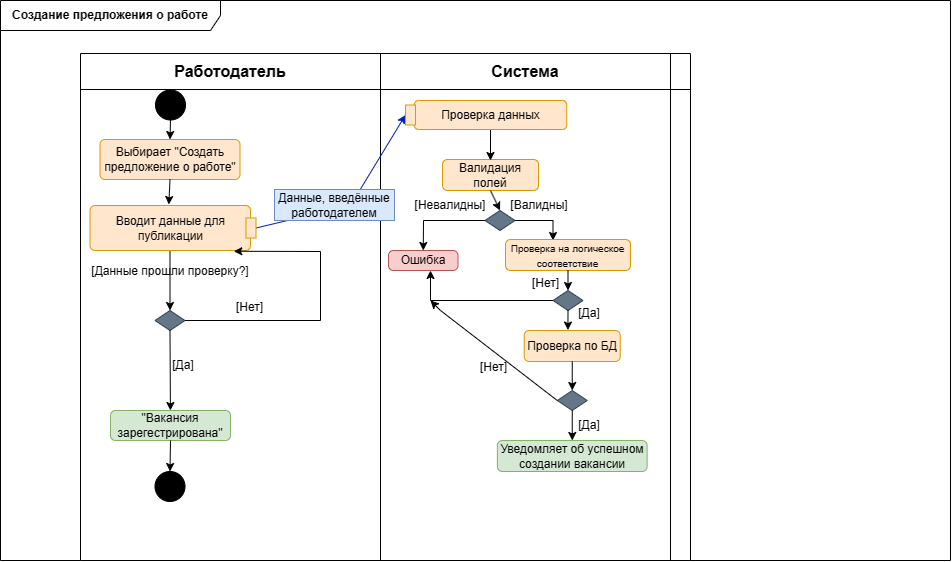
Reem-Almasri/Freelancer-SPM keeps this draw.io diagram as activity_diagrams/Vacancy_publishing.drawio.png. Above is the earlier version. Source tidied: cells renumbered, new cells last; positions are measured from the earlier drawing's top-left corner, leaving out a move shared by most shapes. Its diagram source:
```xml
<mxGraphModel>
  <root>
    <mxCell id="0" />
    <mxCell id="1" parent="0" />
    <mxCell id="2" value="&lt;b&gt;Создание предложения о работе&lt;br&gt;&lt;/b&gt;" style="shape=umlFrame;whiteSpace=wrap;html=1;width=220;height=30;" parent="1" vertex="1">
      <mxGeometry width="950" height="560" as="geometry" />
    </mxCell>
    <mxCell id="3" style="shape=table;startSize=0;fontSize=16;" parent="2" vertex="1">
      <mxGeometry x="80" y="53" width="610" height="507" as="geometry" />
    </mxCell>
    <mxCell id="4" style="shape=tableRow;horizontal=0;startSize=0;swimlaneHead=0;swimlaneBody=0;strokeColor=inherit;top=0;left=0;bottom=0;right=0;fillColor=none;fontSize=16;" parent="3" vertex="1">
      <mxGeometry width="610" height="36" as="geometry" />
    </mxCell>
    <mxCell id="5" value="&lt;b&gt;Работодатель&lt;/b&gt;" style="shape=partialRectangle;html=1;whiteSpace=wrap;strokeColor=inherit;overflow=hidden;fillColor=none;top=0;left=0;bottom=0;right=0;fontSize=16;" parent="4" vertex="1">
      <mxGeometry width="300" height="36" as="geometry" />
    </mxCell>
    <mxCell id="6" value="&lt;b&gt;Система&lt;/b&gt;" style="shape=partialRectangle;html=1;whiteSpace=wrap;strokeColor=inherit;overflow=hidden;fillColor=none;top=0;left=0;bottom=0;right=0;fontSize=16;" parent="4" vertex="1">
      <mxGeometry x="300" width="290" height="36" as="geometry" />
    </mxCell>
    <mxCell id="7" style="shape=partialRectangle;html=1;whiteSpace=wrap;strokeColor=inherit;overflow=hidden;fillColor=none;top=0;left=0;bottom=0;right=0;fontSize=16;" parent="4" vertex="1">
      <mxGeometry x="590" width="20" height="36" as="geometry" />
    </mxCell>
    <mxCell id="8" style="shape=tableRow;horizontal=0;startSize=0;swimlaneHead=0;swimlaneBody=0;strokeColor=inherit;top=0;left=0;bottom=0;right=0;fillColor=none;fontSize=16;" parent="3" vertex="1">
      <mxGeometry y="36" width="610" height="471" as="geometry" />
    </mxCell>
    <mxCell id="9" style="shape=partialRectangle;html=1;whiteSpace=wrap;strokeColor=inherit;overflow=hidden;fillColor=none;top=0;left=0;bottom=0;right=0;fontSize=16;" parent="8" vertex="1">
      <mxGeometry width="300" height="471" as="geometry" />
    </mxCell>
    <mxCell id="10" style="shape=partialRectangle;html=1;whiteSpace=wrap;strokeColor=inherit;overflow=hidden;fillColor=none;top=0;left=0;bottom=0;right=0;fontSize=16;" parent="8" vertex="1">
      <mxGeometry x="300" width="290" height="471" as="geometry" />
    </mxCell>
    <mxCell id="11" style="shape=partialRectangle;html=1;whiteSpace=wrap;strokeColor=inherit;overflow=hidden;fillColor=none;top=0;left=0;bottom=0;right=0;fontSize=16;" parent="8" vertex="1">
      <mxGeometry x="590" width="20" height="471" as="geometry" />
    </mxCell>
    <mxCell id="12" style="ellipse;fillColor=strokeColor;html=1;" parent="2" vertex="1">
      <mxGeometry x="155" y="89.5" width="30" height="30" as="geometry" />
    </mxCell>
    <mxCell id="13" value="Выбирает &quot;Создать предложение о работе&quot;" style="html=1;align=center;verticalAlign=middle;rounded=1;absoluteArcSize=1;arcSize=10;dashed=0;whiteSpace=wrap;fillColor=#ffe6cc;strokeColor=#d79b00;" parent="2" vertex="1">
      <mxGeometry x="99.5" y="139" width="140" height="40" as="geometry" />
    </mxCell>
    <mxCell id="14" style="endArrow=classic;html=1;rounded=0;exitX=0.5;exitY=1;exitDx=0;exitDy=0;" parent="2" edge="1" source="13">
      <mxGeometry relative="1" as="geometry">
        <mxPoint x="168.3" y="204" as="targetPoint" />
      </mxGeometry>
    </mxCell>
    <mxCell id="15" style="endArrow=classic;html=1;rounded=0;exitX=0.5;exitY=1;exitDx=0;exitDy=0;entryX=0.5;entryY=0;entryDx=0;entryDy=0;" parent="2" edge="1" source="12" target="13">
      <mxGeometry relative="1" as="geometry" />
    </mxCell>
    <mxCell id="16" style="edgeStyle=orthogonalEdgeStyle;rounded=0;jettySize=auto;html=1;entryX=0.5;entryY=0;entryDx=0;entryDy=0;" parent="2" edge="1" target="17">
      <mxGeometry relative="1" as="geometry">
        <mxPoint x="167.2" y="250" as="sourcePoint" />
        <Array as="points">
          <mxPoint x="169" y="250" />
        </Array>
      </mxGeometry>
    </mxCell>
    <mxCell id="17" style="rhombus;whiteSpace=wrap;html=1;fillColor=#647687;fontColor=#ffffff;strokeColor=#314354;" parent="2" vertex="1">
      <mxGeometry x="154.5" y="310" width="30" height="20" as="geometry" />
    </mxCell>
    <mxCell id="18" value="Вводит данные для публикации" style="html=1;align=center;verticalAlign=middle;rounded=1;absoluteArcSize=1;arcSize=10;dashed=0;whiteSpace=wrap;fillColor=#ffe6cc;strokeColor=#d79b00;" parent="2" vertex="1">
      <mxGeometry x="89.5" y="205" width="160.5" height="45" as="geometry" />
    </mxCell>
    <mxCell id="19" style="endArrow=classic;html=1;rounded=0;exitX=0.5;exitY=1;exitDx=0;exitDy=0;" parent="2" edge="1" source="17" target="23">
      <mxGeometry relative="1" as="geometry" />
    </mxCell>
    <mxCell id="20" style="endArrow=classic;html=1;rounded=0;exitX=1;exitY=0.5;exitDx=0;exitDy=0;entryX=0.896;entryY=1.017;entryDx=0;entryDy=0;entryPerimeter=0;" parent="2" edge="1" source="17" target="18">
      <mxGeometry relative="1" as="geometry">
        <Array as="points">
          <mxPoint x="320" y="320" />
          <mxPoint x="320" y="251" />
        </Array>
      </mxGeometry>
    </mxCell>
    <mxCell id="21" value="Валидация полей" style="html=1;align=center;verticalAlign=middle;rounded=1;absoluteArcSize=1;arcSize=10;dashed=0;whiteSpace=wrap;fillColor=#ffe6cc;strokeColor=#d79b00;" parent="2" vertex="1">
      <mxGeometry x="442" y="159" width="96" height="31" as="geometry" />
    </mxCell>
    <mxCell id="22" style="endArrow=classic;html=1;rounded=0;exitX=0.5;exitY=1;exitDx=0;exitDy=0;" parent="2" edge="1" source="28">
      <mxGeometry relative="1" as="geometry">
        <mxPoint x="490" y="160" as="targetPoint" />
      </mxGeometry>
    </mxCell>
    <mxCell id="23" value="&quot;Вакансия зарегестрирована&quot;" style="html=1;align=center;verticalAlign=middle;rounded=1;absoluteArcSize=1;arcSize=10;dashed=0;whiteSpace=wrap;fillColor=#d5e8d4;strokeColor=#82b366;" parent="2" vertex="1">
      <mxGeometry x="110" y="410" width="120" height="30" as="geometry" />
    </mxCell>
    <mxCell id="24" value="[Данные прошли проверку?]" style="text;html=1;strokeColor=none;fillColor=none;align=center;verticalAlign=middle;whiteSpace=wrap;rounded=0;" parent="2" vertex="1">
      <mxGeometry x="90" y="256" width="160" height="30" as="geometry" />
    </mxCell>
    <mxCell id="25" value="[Да]" style="text;html=1;strokeColor=none;fillColor=none;align=center;verticalAlign=middle;whiteSpace=wrap;rounded=0;" parent="2" vertex="1">
      <mxGeometry x="566.2" y="303" width="45.5" height="20" as="geometry" />
    </mxCell>
    <mxCell id="26" style="endArrow=classic;html=1;rounded=0;fillColor=#0050ef;strokeColor=#001DBC;entryX=0.5;entryY=1;entryDx=0;entryDy=0;exitX=0.5;exitY=0;exitDx=0;exitDy=0;" parent="2" edge="1" source="29" target="30">
      <mxGeometry relative="1" as="geometry">
        <Array as="points">
          <mxPoint x="350" y="205" />
        </Array>
      </mxGeometry>
    </mxCell>
    <mxCell id="27" value="Данные, введённые работодателем" style="text;html=1;strokeColor=#6c8ebf;fillColor=#dae8fc;align=center;verticalAlign=middle;whiteSpace=wrap;rounded=0;" parent="2" vertex="1">
      <mxGeometry x="274" y="189" width="120" height="31" as="geometry" />
    </mxCell>
    <mxCell id="28" value="Проверка данных" style="rounded=1;whiteSpace=wrap;html=1;fillColor=#ffe6cc;strokeColor=#d79b00;" parent="2" vertex="1">
      <mxGeometry x="413.8" y="100" width="152.5" height="29" as="geometry" />
    </mxCell>
    <mxCell id="29" style="rounded=0;whiteSpace=wrap;html=1;fillColor=#ffe6cc;strokeColor=#d79b00;rotation=90;" parent="2" vertex="1">
      <mxGeometry x="240.5" y="222.5" width="20" height="10" as="geometry" />
    </mxCell>
    <mxCell id="30" style="rounded=0;whiteSpace=wrap;html=1;fillColor=#ffe6cc;strokeColor=#d79b00;rotation=90;" parent="2" vertex="1">
      <mxGeometry x="400" y="109.5" width="20" height="10" as="geometry" />
    </mxCell>
    <mxCell id="31" style="rhombus;whiteSpace=wrap;html=1;fillColor=#647687;fontColor=#ffffff;strokeColor=#314354;" parent="2" vertex="1">
      <mxGeometry x="484.5" y="210" width="30" height="20" as="geometry" />
    </mxCell>
    <mxCell id="32" style="endArrow=classic;html=1;rounded=0;exitX=1;exitY=0.5;exitDx=0;exitDy=0;entryX=0.5;entryY=0;entryDx=0;entryDy=0;" parent="2" edge="1" source="31">
      <mxGeometry relative="1" as="geometry">
        <mxPoint x="552.5" y="240" as="targetPoint" />
        <Array as="points">
          <mxPoint x="552.5" y="220" />
        </Array>
      </mxGeometry>
    </mxCell>
    <mxCell id="33" value="[Валидны]" style="text;html=1;strokeColor=none;fillColor=none;align=center;verticalAlign=middle;whiteSpace=wrap;rounded=0;" parent="2" vertex="1">
      <mxGeometry x="510.8" y="197" width="55.5" height="15" as="geometry" />
    </mxCell>
    <mxCell id="34" value="[Невалидны]" style="text;html=1;strokeColor=none;fillColor=none;align=center;verticalAlign=middle;whiteSpace=wrap;rounded=0;" parent="2" vertex="1">
      <mxGeometry x="413.8" y="189" width="72" height="31" as="geometry" />
    </mxCell>
    <mxCell id="35" value="Ошибка" style="html=1;align=center;verticalAlign=middle;rounded=1;absoluteArcSize=1;arcSize=10;dashed=0;whiteSpace=wrap;fillColor=#f8cecc;strokeColor=#b85450;" parent="2" vertex="1">
      <mxGeometry x="388" y="250" width="69.5" height="20" as="geometry" />
    </mxCell>
    <mxCell id="36" style="endArrow=classic;html=1;rounded=0;entryX=0.5;entryY=0;entryDx=0;entryDy=0;exitX=0;exitY=0.5;exitDx=0;exitDy=0;" parent="2" edge="1" source="31" target="35">
      <mxGeometry relative="1" as="geometry">
        <Array as="points">
          <mxPoint x="423" y="220" />
        </Array>
      </mxGeometry>
    </mxCell>
    <mxCell id="37" style="endArrow=classic;html=1;rounded=0;exitX=0.5;exitY=1;exitDx=0;exitDy=0;entryX=0.5;entryY=0;entryDx=0;entryDy=0;" parent="2" edge="1" source="21" target="31">
      <mxGeometry relative="1" as="geometry" />
    </mxCell>
    <mxCell id="38" value="&lt;font style=&quot;font-size: 10px;&quot;&gt;Проверка на логическое соответствие&lt;/font&gt;" style="html=1;align=center;verticalAlign=middle;rounded=1;absoluteArcSize=1;arcSize=10;dashed=0;whiteSpace=wrap;fillColor=#ffe6cc;strokeColor=#d79b00;" parent="2" vertex="1">
      <mxGeometry x="505" y="239" width="125" height="31" as="geometry" />
    </mxCell>
    <mxCell id="39" style="rhombus;whiteSpace=wrap;html=1;fillColor=#647687;fontColor=#ffffff;strokeColor=#314354;" parent="2" vertex="1">
      <mxGeometry x="552.5" y="290" width="30" height="20" as="geometry" />
    </mxCell>
    <mxCell id="40" style="endArrow=classic;html=1;rounded=0;exitX=0.5;exitY=1;exitDx=0;exitDy=0;entryX=0.5;entryY=0;entryDx=0;entryDy=0;" parent="2" edge="1" source="38" target="39">
      <mxGeometry relative="1" as="geometry" />
    </mxCell>
    <mxCell id="41" value="[Нет]" style="text;html=1;strokeColor=none;fillColor=none;align=center;verticalAlign=middle;whiteSpace=wrap;rounded=0;" parent="2" vertex="1">
      <mxGeometry x="523.8" y="270" width="42.5" height="25.5" as="geometry" />
    </mxCell>
    <mxCell id="42" style="endArrow=classic;html=1;rounded=0;exitX=0;exitY=0.5;exitDx=0;exitDy=0;" parent="2" edge="1" source="39">
      <mxGeometry relative="1" as="geometry">
        <mxPoint x="430" y="270" as="targetPoint" />
        <Array as="points">
          <mxPoint x="430" y="300" />
        </Array>
      </mxGeometry>
    </mxCell>
    <mxCell id="43" value="Проверка по БД" style="html=1;align=center;verticalAlign=middle;rounded=1;absoluteArcSize=1;arcSize=10;dashed=0;whiteSpace=wrap;fillColor=#ffe6cc;strokeColor=#d79b00;" parent="2" vertex="1">
      <mxGeometry x="523.8" y="330" width="96" height="31" as="geometry" />
    </mxCell>
    <mxCell id="44" style="endArrow=classic;html=1;rounded=0;exitX=0.5;exitY=1;exitDx=0;exitDy=0;entryX=0.455;entryY=-0.014;entryDx=0;entryDy=0;entryPerimeter=0;" parent="2" edge="1" source="39" target="43">
      <mxGeometry relative="1" as="geometry" />
    </mxCell>
    <mxCell id="45" style="rhombus;whiteSpace=wrap;html=1;fillColor=#647687;fontColor=#ffffff;strokeColor=#314354;" parent="2" vertex="1">
      <mxGeometry x="556.8" y="390" width="30" height="20" as="geometry" />
    </mxCell>
    <mxCell id="46" style="endArrow=classic;html=1;rounded=0;exitX=0;exitY=0.5;exitDx=0;exitDy=0;" parent="2" edge="1" source="45">
      <mxGeometry relative="1" as="geometry">
        <mxPoint x="430" y="300" as="targetPoint" />
        <Array as="points">
          <mxPoint x="440" y="310" />
        </Array>
      </mxGeometry>
    </mxCell>
    <mxCell id="47" style="endArrow=classic;html=1;rounded=0;exitX=0.5;exitY=1;exitDx=0;exitDy=0;entryX=0.5;entryY=0;entryDx=0;entryDy=0;" parent="2" edge="1" source="43" target="45">
      <mxGeometry relative="1" as="geometry" />
    </mxCell>
    <mxCell id="48" value="[Нет]" style="text;html=1;strokeColor=none;fillColor=none;align=center;verticalAlign=middle;whiteSpace=wrap;rounded=0;" parent="2" vertex="1">
      <mxGeometry x="472" y="354.5" width="42.5" height="25.5" as="geometry" />
    </mxCell>
    <mxCell id="49" value="Уведомляет об успешном создании вакансии" style="html=1;align=center;verticalAlign=middle;rounded=1;absoluteArcSize=1;arcSize=10;dashed=0;whiteSpace=wrap;fillColor=#d5e8d4;strokeColor=#82b366;" parent="2" vertex="1">
      <mxGeometry x="496.9" y="440" width="149.8" height="31" as="geometry" />
    </mxCell>
    <mxCell id="50" style="endArrow=classic;html=1;rounded=0;exitX=0.5;exitY=1;exitDx=0;exitDy=0;" parent="2" edge="1" source="45" target="49">
      <mxGeometry relative="1" as="geometry" />
    </mxCell>
    <mxCell id="51" value="[Да]" style="text;html=1;strokeColor=none;fillColor=none;align=center;verticalAlign=middle;whiteSpace=wrap;rounded=0;" parent="2" vertex="1">
      <mxGeometry x="574.8" y="420" width="28.4" height="10" as="geometry" />
    </mxCell>
    <mxCell id="52" value="[Нет]" style="text;html=1;strokeColor=none;fillColor=none;align=center;verticalAlign=middle;whiteSpace=wrap;rounded=0;" parent="2" vertex="1">
      <mxGeometry x="228" y="293.8" width="42.5" height="25.5" as="geometry" />
    </mxCell>
    <mxCell id="53" value="[Да]" style="text;html=1;strokeColor=none;fillColor=none;align=center;verticalAlign=middle;whiteSpace=wrap;rounded=0;" parent="2" vertex="1">
      <mxGeometry x="160" y="354.5" width="45.5" height="20" as="geometry" />
    </mxCell>
    <mxCell id="54" style="ellipse;fillColor=strokeColor;html=1;" parent="2" vertex="1">
      <mxGeometry x="154.5" y="471" width="30" height="30" as="geometry" />
    </mxCell>
    <mxCell id="55" style="endArrow=classic;html=1;rounded=0;exitX=0.5;exitY=1;exitDx=0;exitDy=0;" parent="2" edge="1" source="23" target="54">
      <mxGeometry relative="1" as="geometry" />
    </mxCell>
  </root>
</mxGraphModel>
```
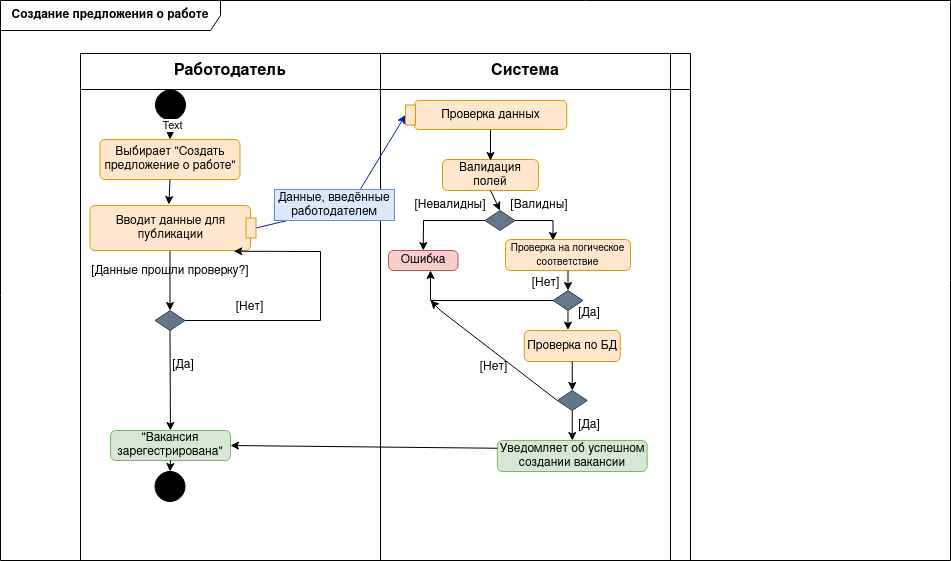
Later version of the same file.

Change to the diagram source:
```diff
@@ -46,6 +46,9 @@
     <mxCell id="15" style="endArrow=classic;html=1;rounded=0;exitX=0.5;exitY=1;exitDx=0;exitDy=0;entryX=0.5;entryY=0;entryDx=0;entryDy=0;" parent="2" edge="1" source="12" target="13">
       <mxGeometry relative="1" as="geometry" />
     </mxCell>
+    <mxCell id="56" value="Text" style="edgeLabel;html=1;align=center;verticalAlign=middle;" parent="15" vertex="1">
+      <mxGeometry x="-0.44" y="2" relative="1" as="geometry" />
+    </mxCell>
     <mxCell id="16" style="edgeStyle=orthogonalEdgeStyle;rounded=0;jettySize=auto;html=1;entryX=0.5;entryY=0;entryDx=0;entryDy=0;" parent="2" edge="1" target="17">
       <mxGeometry relative="1" as="geometry">
         <mxPoint x="167.2" y="250" as="sourcePoint" />
@@ -80,7 +83,7 @@
       </mxGeometry>
     </mxCell>
     <mxCell id="23" value="&quot;Вакансия зарегестрирована&quot;" style="html=1;align=center;verticalAlign=middle;rounded=1;absoluteArcSize=1;arcSize=10;dashed=0;whiteSpace=wrap;fillColor=#d5e8d4;strokeColor=#82b366;" parent="2" vertex="1">
-      <mxGeometry x="110" y="410" width="120" height="30" as="geometry" />
+      <mxGeometry x="110" y="430" width="120" height="30" as="geometry" />
     </mxCell>
     <mxCell id="24" value="[Данные прошли проверку?]" style="text;html=1;strokeColor=none;fillColor=none;align=center;verticalAlign=middle;whiteSpace=wrap;rounded=0;" parent="2" vertex="1">
       <mxGeometry x="90" y="256" width="160" height="30" as="geometry" />
@@ -201,5 +204,8 @@
     <mxCell id="55" style="endArrow=classic;html=1;rounded=0;exitX=0.5;exitY=1;exitDx=0;exitDy=0;" parent="2" edge="1" source="23" target="54">
       <mxGeometry relative="1" as="geometry" />
     </mxCell>
+    <mxCell id="57" style="endArrow=classic;html=1;rounded=0;exitX=0;exitY=0.25;exitDx=0;exitDy=0;entryX=1;entryY=0.5;entryDx=0;entryDy=0;" parent="2" edge="1" source="49" target="23">
+      <mxGeometry relative="1" as="geometry" />
+    </mxCell>
   </root>
 </mxGraphModel>
```
